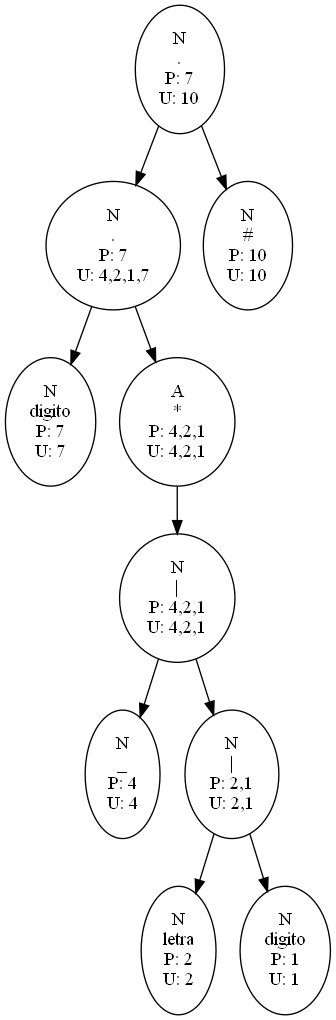
EstuardoSon/OCL1_202003894_P1 keeps this Graphviz diagram as Reportes_202003894/Arboles_202003894/RegEx3.png. Above is the earlier version. Its source is kept beside it as Reportes_202003894/Arboles_202003894/RegEx3.dot.
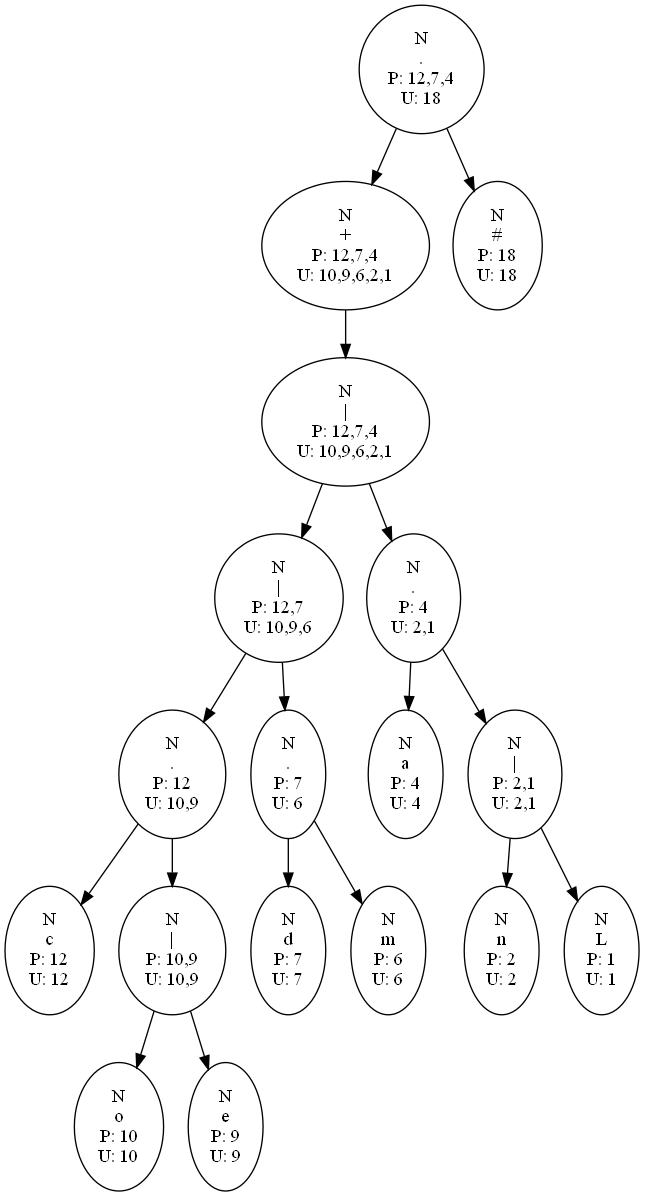
After the change.

What changed in the source:
```diff
@@ -1,29 +1,69 @@
 digraph G{
-9->8
+17->16
+16->15
+15->14
+14->13
+13->12
+12[label="N
+c
+P: 12
+U: 12"];
+13[label="N
+.
+P: 12
+U: 10,9"];
+13->11
+11->10
+10[label="N
+o
+P: 10
+U: 10"];
+11[label="N
+|
+P: 10,9
+U: 10,9"];
+11->9
+9[label="N
+e
+P: 9
+U: 9"];
+14[label="N
+|
+P: 12,7
+U: 10,9,6"];
+14->8
 8->7
 7[label="N
-digito
+d
 P: 7
 U: 7"];
 8[label="N
 .
 P: 7
-U: 4,2,1,7"];
+U: 6"];
 8->6
-6->5
+6[label="N
+m
+P: 6
+U: 6"];
+15[label="N
+|
+P: 12,7,4
+U: 10,9,6,2,1"];
+15->5
 5->4
 4[label="N
-_
+a
 P: 4
 U: 4"];
 5[label="N
-|
-P: 4,2,1
-U: 4,2,1"];
+.
+P: 4
+U: 2,1"];
 5->3
 3->2
 2[label="N
-letra
+n
 P: 2
 U: 2"];
 3[label="N
@@ -32,19 +72,19 @@
 U: 2,1"];
 3->1
 1[label="N
-digito
+L
 P: 1
 U: 1"];
-6[label="A
-*
-P: 4,2,1
-U: 4,2,1"];
-9[label="N
+16[label="N
++
+P: 12,7,4
+U: 10,9,6,2,1"];
+17[label="N
 .
-P: 7
-U: 10"];
-9->10
-10[label="N
-P: 10
-U: 10"];
+P: 12,7,4
+U: 18"];
+17->18
+18[label="N
+P: 18
+U: 18"];
 }
```
